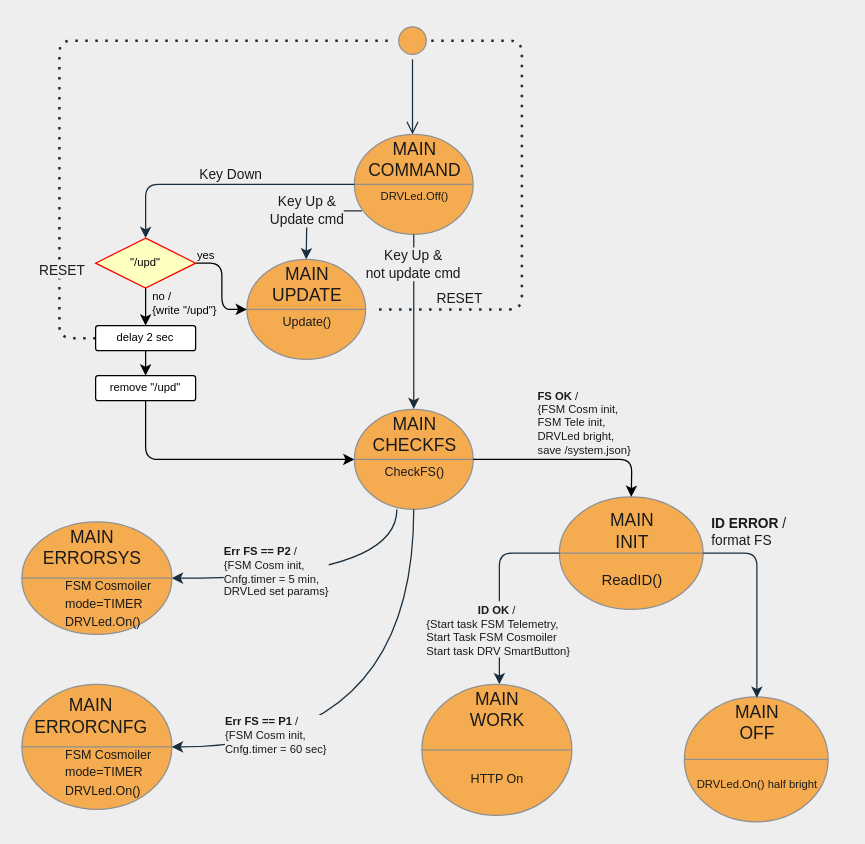
Earlier version of the draw.io diagram page "FSM Main" (2 of 12) of Untitled Diagram.drawio (kosmonavtX/Cosmoiler-2.0). Source tidied: cells renumbered, new cells numbered last; positions are measured from the earlier drawing's top-left corner, leaving out a move shared by most shapes. Both pictures are drawn from the tidied source at 125%, with x=0, y=0 at pixel (21, 21).
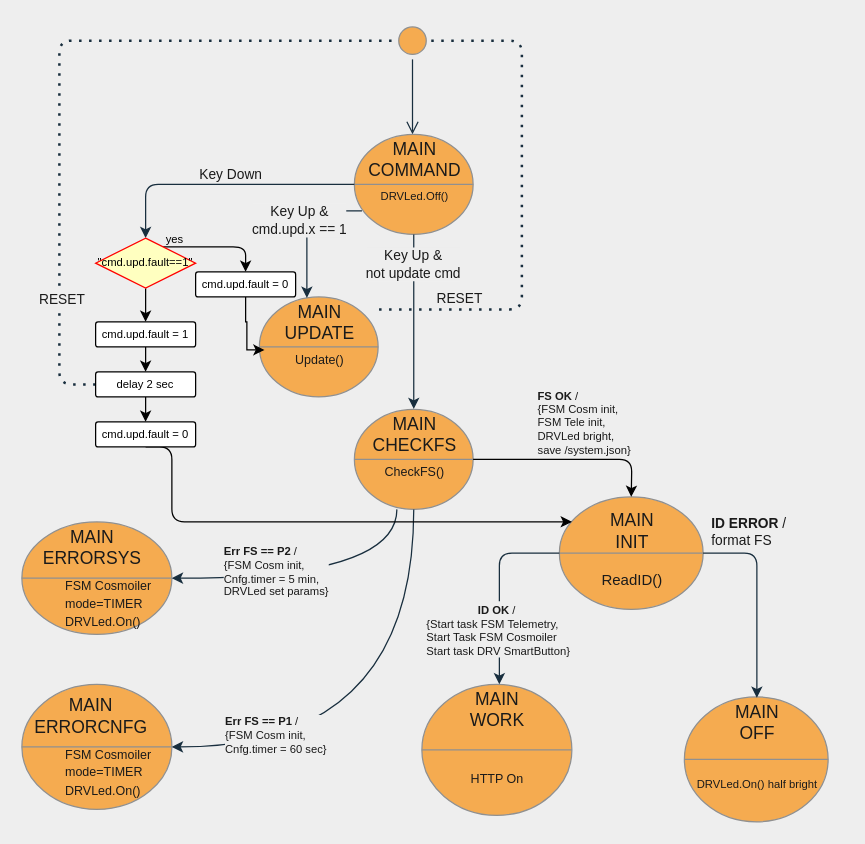
The same diagram, later.

The change refers to these unchanged cells:
```xml
<mxCell id="11" style="shape=lineEllipse;perimeter=ellipsePerimeter;whiteSpace=wrap;html=1;backgroundOutline=1;fillColor=#F5AB50;strokeColor=#909090;fontColor=#1A1A1A;" parent="10" vertex="1">
  <mxGeometry width="95" height="80" as="geometry" />
</mxCell>
<mxCell id="14" style="edgeStyle=elbowEdgeStyle;rounded=1;jettySize=auto;html=1;exitX=0.064;exitY=0.765;exitDx=0;exitDy=0;exitPerimeter=0;strokeColor=#182E3E;fontColor=#1A1A1A;labelBackgroundColor=#EEEEEE;" parent="1" edge="1" source="5" target="11">
  <mxGeometry relative="1" as="geometry">
    <Array as="points">
      <mxPoint x="228" y="170" />
    </Array>
  </mxGeometry>
</mxCell>
<mxCell id="17" style="shape=lineEllipse;perimeter=ellipsePerimeter;whiteSpace=wrap;html=1;backgroundOutline=1;fillColor=#F5AB50;strokeColor=#909090;fontColor=#1A1A1A;" parent="16" vertex="1">
  <mxGeometry width="95" height="80" as="geometry" />
</mxCell>
<mxCell id="23" style="shape=lineEllipse;perimeter=ellipsePerimeter;whiteSpace=wrap;html=1;backgroundOutline=1;fillColor=#F5AB50;strokeColor=#909090;fontColor=#1A1A1A;" parent="22" vertex="1">
  <mxGeometry width="115" height="90" as="geometry" />
</mxCell>
```

Diff of the diagram source:
```diff
@@
     <mxCell id="10" style="group;fontColor=#1A1A1A;" parent="1" vertex="1">
-      <mxGeometry x="180" y="190" width="95" height="90" as="geometry" />
+      <mxGeometry x="190" y="220" width="95" height="90" as="geometry" />
     </mxCell>
@@
-    <mxCell id="15" value="Key Up &amp;amp; &lt;br&gt;Update cmd" style="edgeLabel;html=1;align=center;verticalAlign=middle;fontColor=#1A1A1A;labelBackgroundColor=#EEEEEE;" parent="14" vertex="1">
+    <mxCell id="15" value="Key Up &amp;amp; &lt;br&gt;cmd.upd.x == 1" style="edgeLabel;html=1;align=center;verticalAlign=middle;fontColor=#1A1A1A;labelBackgroundColor=#EEEEEE;" parent="14" vertex="1">
       <mxGeometry x="-0.09" relative="1" as="geometry">
         <mxPoint x="-7" y="-1" as="offset" />
       </mxGeometry>
     </mxCell>
@@
-    <mxCell id="54" style="edgeStyle=elbowEdgeStyle;rounded=1;jumpStyle=none;jettySize=auto;html=1;fontSize=9;endArrow=classic;endFill=1;endSize=6;entryX=0;entryY=0.5;entryDx=0;entryDy=0;" parent="1" edge="1" source="56" target="11">
+    <mxCell id="54" style="edgeStyle=elbowEdgeStyle;rounded=1;jumpStyle=none;jettySize=auto;html=1;fontSize=9;endArrow=classic;endFill=1;endSize=6;entryX=0.5;entryY=0;entryDx=0;entryDy=0;" parent="1" edge="1" source="56" target="66">
       <mxGeometry relative="1" as="geometry">
         <Array as="points">
-          <mxPoint x="160" y="193" />
+          <mxPoint x="179" y="180" />
         </Array>
       </mxGeometry>
     </mxCell>
@@
+    <mxCell id="65" style="edgeStyle=orthogonalEdgeStyle;rounded=0;jettySize=auto;html=1;entryX=0.5;entryY=0;entryDx=0;entryDy=0;" parent="1" edge="1" source="56" target="68">
+      <mxGeometry relative="1" as="geometry" />
+    </mxCell>
-    <mxCell id="56" value="&quot;/upd&quot;" style="rhombus;whiteSpace=wrap;html=1;fillColor=#ffffc0;strokeColor=#ff0000;fontSize=9;align=center;" parent="1" vertex="1">
+    <mxCell id="56" value="&quot;cmd.upd.fault==1&lt;span style=&quot;background-color: initial;&quot;&gt;&quot;&lt;/span&gt;" style="rhombus;whiteSpace=wrap;html=1;fillColor=#ffffc0;strokeColor=#ff0000;fontSize=9;align=center;" parent="1" vertex="1">
       <mxGeometry x="59" y="173" width="80" height="40" as="geometry" />
     </mxCell>
@@
-    <mxCell id="58" style="edgeStyle=orthogonalEdgeStyle;rounded=0;jettySize=auto;html=1;fontSize=9;endArrow=classic;endFill=1;endSize=6;exitX=0.5;exitY=1;exitDx=0;exitDy=0;entryX=0.5;entryY=0;entryDx=0;entryDy=0;" parent="1" edge="1" source="56" target="60">
+    <mxCell id="58" style="edgeStyle=orthogonalEdgeStyle;rounded=0;jettySize=auto;html=1;fontSize=9;endArrow=classic;endFill=1;endSize=6;exitX=0.5;exitY=1;exitDx=0;exitDy=0;entryX=0.5;entryY=0;entryDx=0;entryDy=0;" parent="1" edge="1" source="68" target="60">
       <mxGeometry relative="1" as="geometry" />
     </mxCell>
-    <mxCell id="59" value="&lt;div style=&quot;text-align: left&quot;&gt;no /&amp;nbsp;&lt;/div&gt;&lt;div style=&quot;text-align: left&quot;&gt;{write &quot;/upd&quot;}&lt;/div&gt;" style="edgeLabel;html=1;align=center;verticalAlign=middle;fontSize=9;labelBackgroundColor=none;" parent="58" vertex="1">
-      <mxGeometry x="-0.26" y="-1" relative="1" as="geometry">
-        <mxPoint x="31" as="offset" />
-      </mxGeometry>
-    </mxCell>
     <mxCell id="60" value="delay 2 sec" style="rounded=1;arcSize=10;whiteSpace=wrap;html=1;align=center;fontSize=9;strokeColor=default;" parent="1" vertex="1">
-      <mxGeometry x="59" y="243" width="80" height="20" as="geometry" />
+      <mxGeometry x="59" y="280" width="80" height="20" as="geometry" />
     </mxCell>
-    <mxCell id="61" style="edgeStyle=elbowEdgeStyle;rounded=1;jettySize=auto;html=1;entryX=0;entryY=0.5;entryDx=0;entryDy=0;fontSize=9;endArrow=classic;endFill=1;endSize=6;jumpStyle=none;exitX=0.5;exitY=1;exitDx=0;exitDy=0;" parent="1" edge="1" source="62" target="17">
+    <mxCell id="61" style="edgeStyle=elbowEdgeStyle;rounded=1;jettySize=auto;html=1;fontSize=9;endArrow=classic;endFill=1;endSize=6;jumpStyle=none;exitX=0.5;exitY=1;exitDx=0;exitDy=0;entryX=0.087;entryY=0.222;entryDx=0;entryDy=0;entryPerimeter=0;" parent="1" edge="1" source="62" target="23">
       <mxGeometry relative="1" as="geometry">
         <Array as="points">
-          <mxPoint x="99" y="310" />
+          <mxPoint x="120" y="390" />
         </Array>
       </mxGeometry>
     </mxCell>
-    <mxCell id="62" value="remove &quot;/upd&quot;" style="rounded=1;arcSize=10;whiteSpace=wrap;html=1;align=center;fontSize=9;strokeColor=default;" parent="1" vertex="1">
-      <mxGeometry x="59" y="283" width="80" height="20" as="geometry" />
+    <mxCell id="62" value="cmd.upd.fault = 0" style="rounded=1;arcSize=10;whiteSpace=wrap;html=1;align=center;fontSize=9;strokeColor=default;" parent="1" vertex="1">
+      <mxGeometry x="59" y="320" width="80" height="20" as="geometry" />
     </mxCell>
@@
+    <mxCell id="66" value="cmd.upd.fault = 0" style="rounded=1;arcSize=10;whiteSpace=wrap;html=1;align=center;fontSize=9;strokeColor=default;" parent="1" vertex="1">
+      <mxGeometry x="139" y="200" width="80" height="20" as="geometry" />
+    </mxCell>
+    <mxCell id="67" style="edgeStyle=orthogonalEdgeStyle;rounded=0;jettySize=auto;html=1;entryX=0.043;entryY=0.53;entryDx=0;entryDy=0;entryPerimeter=0;" parent="1" edge="1" source="66" target="11">
+      <mxGeometry relative="1" as="geometry">
+        <Array as="points">
+          <mxPoint x="179" y="240" />
+          <mxPoint x="180" y="240" />
+          <mxPoint x="180" y="262" />
+        </Array>
+      </mxGeometry>
+    </mxCell>
+    <mxCell id="68" value="cmd.upd.fault = 1" style="rounded=1;arcSize=10;whiteSpace=wrap;html=1;align=center;fontSize=9;strokeColor=default;" parent="1" vertex="1">
+      <mxGeometry x="59" y="240" width="80" height="20" as="geometry" />
+    </mxCell>
```
